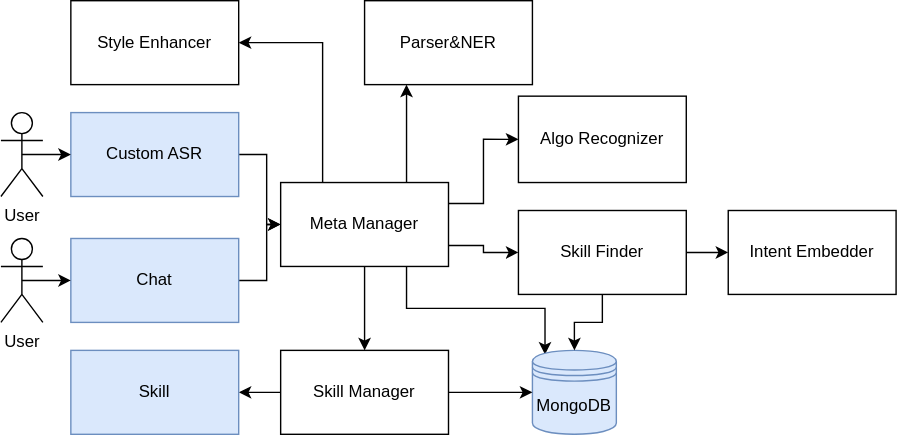
This is docs/_static/architecture.svg from Kadia-IVA/kadia, a draw.io export, as it was before one commit. Source tidied: cells renumbered, new cells last; positions are measured from the earlier drawing's top-left corner, leaving out a move shared by most shapes.
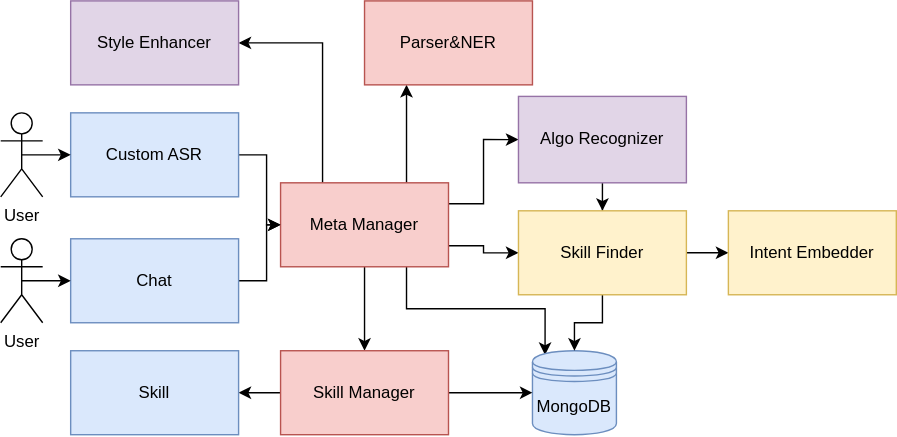
The same diagram one commit later.

Change to the diagram source:
```diff
@@ -26,10 +26,10 @@
     <mxCell id="9" style="edgeStyle=orthogonalEdgeStyle;rounded=0;jettySize=auto;html=1;exitX=0.5;exitY=1;exitDx=0;exitDy=0;" parent="1" edge="1" source="10" target="26">
       <mxGeometry relative="1" as="geometry" />
     </mxCell>
-    <mxCell id="10" value="Meta Manager" style="rounded=0;whiteSpace=wrap;html=1;" parent="1" vertex="1">
+    <mxCell id="10" value="Meta Manager" style="rounded=0;whiteSpace=wrap;html=1;fillColor=#f8cecc;strokeColor=#b85450;" parent="1" vertex="1">
       <mxGeometry x="200" y="130" width="120" height="60" as="geometry" />
     </mxCell>
-    <mxCell id="11" value="Style Enhancer" style="rounded=0;whiteSpace=wrap;html=1;" parent="1" vertex="1">
+    <mxCell id="11" value="Style Enhancer" style="rounded=0;whiteSpace=wrap;html=1;fillColor=#e1d5e7;strokeColor=#9673a6;" parent="1" vertex="1">
       <mxGeometry x="50" width="120" height="60" as="geometry" />
     </mxCell>
     <mxCell id="12" value="MongoDB" style="shape=datastore;whiteSpace=wrap;html=1;fillColor=#dae8fc;strokeColor=#6c8ebf;" parent="1" vertex="1">
@@ -57,7 +57,10 @@
     <mxCell id="18" value="User" style="shape=umlActor;verticalLabelPosition=bottom;labelBackgroundColor=#ffffff;verticalAlign=top;html=1;" parent="1" vertex="1">
       <mxGeometry y="170" width="30" height="60" as="geometry" />
     </mxCell>
+    <mxCell id="29" style="edgeStyle=orthogonalEdgeStyle;rounded=0;jettySize=auto;html=1;exitX=0.5;exitY=1;exitDx=0;exitDy=0;" parent="1" edge="1" source="19" target="22">
+      <mxGeometry relative="1" as="geometry" />
+    </mxCell>
-    <mxCell id="19" value="Algo Recognizer" style="rounded=0;whiteSpace=wrap;html=1;" parent="1" vertex="1">
+    <mxCell id="19" value="Algo Recognizer" style="rounded=0;whiteSpace=wrap;html=1;fillColor=#e1d5e7;strokeColor=#9673a6;" parent="1" vertex="1">
       <mxGeometry x="370" y="68.2" width="120" height="61.8" as="geometry" />
     </mxCell>
     <mxCell id="20" style="edgeStyle=orthogonalEdgeStyle;rounded=0;jettySize=auto;html=1;exitX=1;exitY=0.5;exitDx=0;exitDy=0;entryX=0;entryY=0.5;entryDx=0;entryDy=0;" parent="1" edge="1" source="22" target="23">
@@ -66,10 +69,10 @@
     <mxCell id="21" style="edgeStyle=orthogonalEdgeStyle;rounded=0;jettySize=auto;html=1;exitX=0.5;exitY=1;exitDx=0;exitDy=0;" parent="1" edge="1" source="22" target="12">
       <mxGeometry relative="1" as="geometry" />
     </mxCell>
-    <mxCell id="22" value="Skill Finder" style="rounded=0;whiteSpace=wrap;html=1;" parent="1" vertex="1">
+    <mxCell id="22" value="Skill Finder" style="rounded=0;whiteSpace=wrap;html=1;fillColor=#fff2cc;strokeColor=#d6b656;" parent="1" vertex="1">
       <mxGeometry x="370" y="150" width="120" height="60" as="geometry" />
     </mxCell>
-    <mxCell id="23" value="Intent Embedder" style="rounded=0;whiteSpace=wrap;html=1;" parent="1" vertex="1">
+    <mxCell id="23" value="Intent Embedder" style="rounded=0;whiteSpace=wrap;html=1;fillColor=#fff2cc;strokeColor=#d6b656;" parent="1" vertex="1">
       <mxGeometry x="520" y="150" width="120" height="60" as="geometry" />
     </mxCell>
     <mxCell id="24" style="edgeStyle=orthogonalEdgeStyle;rounded=0;jettySize=auto;html=1;exitX=1;exitY=0.5;exitDx=0;exitDy=0;entryX=0;entryY=0.5;entryDx=0;entryDy=0;" parent="1" edge="1" source="26" target="12">
@@ -78,13 +81,13 @@
     <mxCell id="25" style="edgeStyle=orthogonalEdgeStyle;rounded=0;jettySize=auto;html=1;exitX=0;exitY=0.5;exitDx=0;exitDy=0;entryX=1;entryY=0.5;entryDx=0;entryDy=0;" parent="1" edge="1" source="26" target="27">
       <mxGeometry relative="1" as="geometry" />
     </mxCell>
-    <mxCell id="26" value="Skill Manager" style="rounded=0;whiteSpace=wrap;html=1;" parent="1" vertex="1">
+    <mxCell id="26" value="Skill Manager" style="rounded=0;whiteSpace=wrap;html=1;fillColor=#f8cecc;strokeColor=#b85450;" parent="1" vertex="1">
       <mxGeometry x="200" y="250" width="120" height="60" as="geometry" />
     </mxCell>
     <mxCell id="27" value="Skill" style="rounded=0;whiteSpace=wrap;html=1;fillColor=#dae8fc;strokeColor=#6c8ebf;" parent="1" vertex="1">
       <mxGeometry x="50" y="250" width="120" height="60" as="geometry" />
     </mxCell>
-    <mxCell id="28" value="Parser&amp;amp;NER" style="rounded=0;whiteSpace=wrap;html=1;" parent="1" vertex="1">
+    <mxCell id="28" value="Parser&amp;amp;NER" style="rounded=0;whiteSpace=wrap;html=1;fillColor=#f8cecc;strokeColor=#b85450;" parent="1" vertex="1">
       <mxGeometry x="260" width="120" height="60" as="geometry" />
     </mxCell>
   </root>
```
